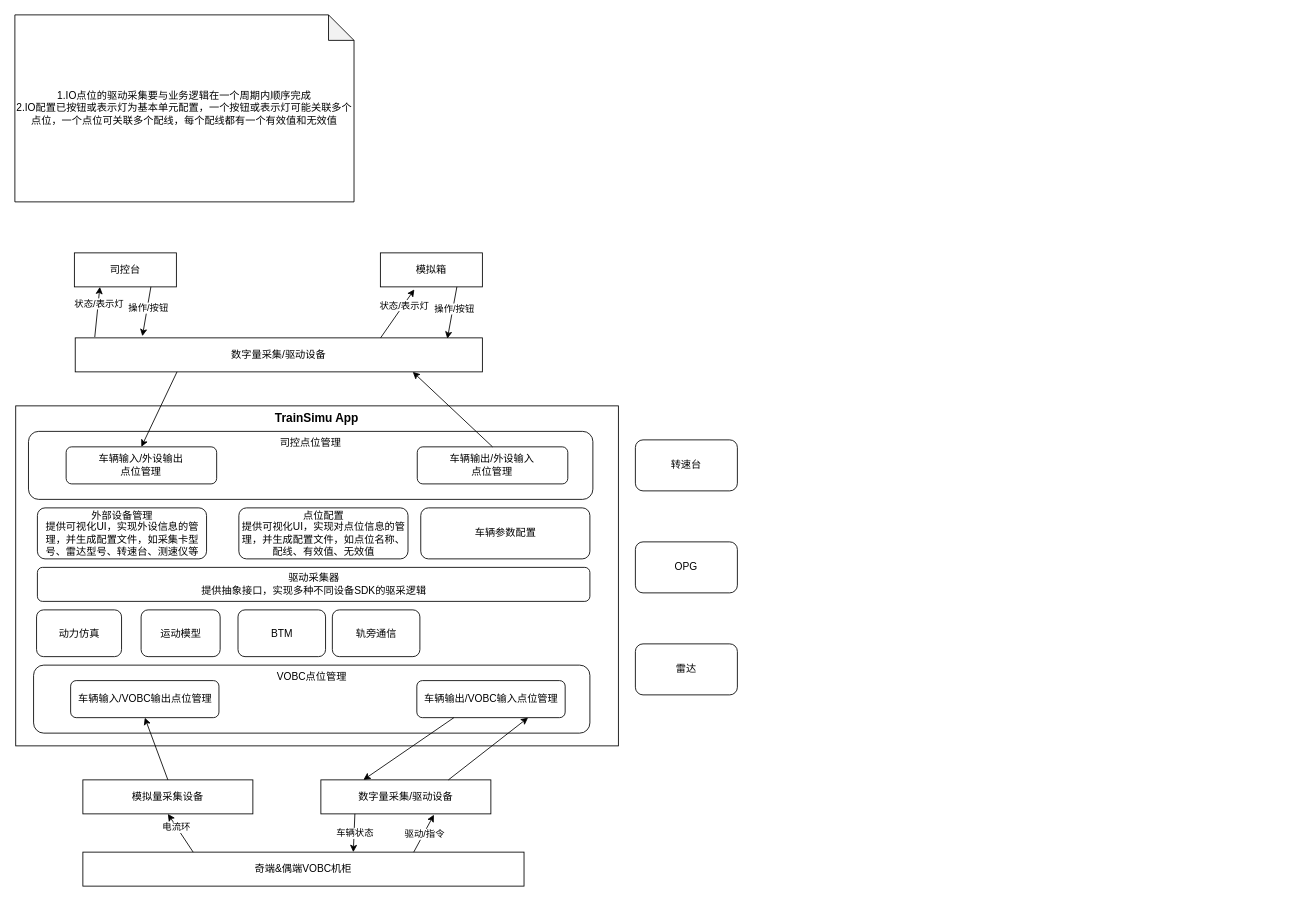
The draw.io diagram Train-Simu-Design.drawio in how-chwong/nug, before the edit. Source tidied: cells renumbered, new cells numbered last; positions are measured from the earlier drawing's top-left corner, leaving out a move shared by most shapes. Both pictures are drawn from the tidied source at 85%, with x=0, y=0 at pixel (14, 14).
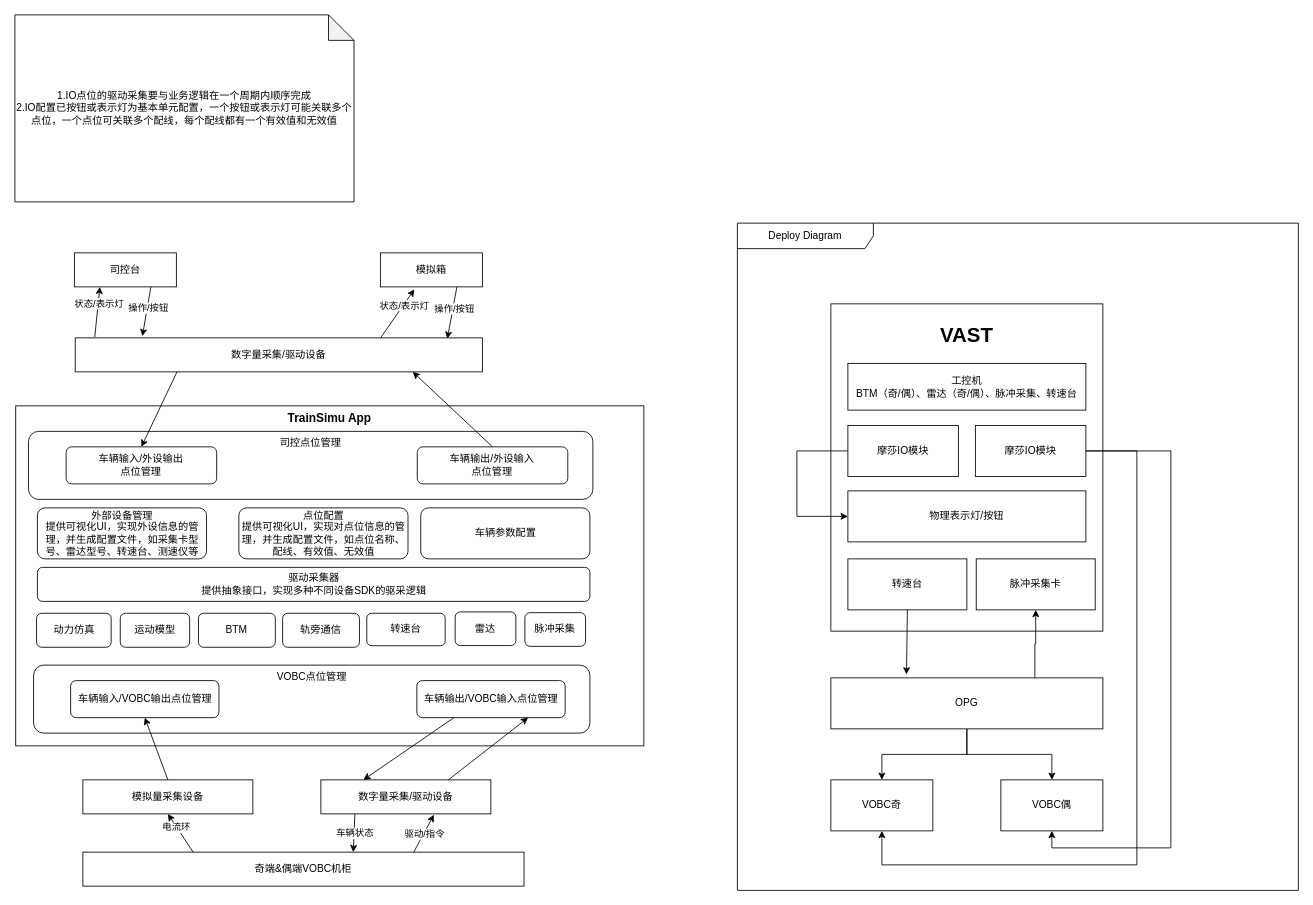
The same page after the edit.

The edit, as a diff of the source:
```diff
@@
     <mxCell id="5" value="TrainSimu App" style="rounded=0;whiteSpace=wrap;html=1;horizontal=1;verticalAlign=top;fontStyle=1;fontSize=14;" parent="1" vertex="1">
-      <mxGeometry x="1" y="460" width="709" height="400" as="geometry" />
+      <mxGeometry x="1" y="460" width="739" height="400" as="geometry" />
     </mxCell>
@@
-    <mxCell id="14" value="转速台" style="rounded=1;whiteSpace=wrap;html=1;" parent="1" vertex="1">
-      <mxGeometry x="730" y="500" width="120" height="60" as="geometry" />
-    </mxCell>
@@
-    <mxCell id="21" value="动力仿真" style="rounded=1;whiteSpace=wrap;html=1;" parent="1" vertex="1">
-      <mxGeometry x="25.5" y="700" width="100" height="55" as="geometry" />
-    </mxCell>
-    <mxCell id="22" value="运动模型" style="rounded=1;whiteSpace=wrap;html=1;" parent="1" vertex="1">
-      <mxGeometry x="148.5" y="700" width="93" height="55" as="geometry" />
-    </mxCell>
-    <mxCell id="23" value="BTM" style="rounded=1;whiteSpace=wrap;html=1;" parent="1" vertex="1">
-      <mxGeometry x="262.5" y="700" width="103" height="55" as="geometry" />
-    </mxCell>
@@
-    <mxCell id="37" value="OPG" style="rounded=1;whiteSpace=wrap;html=1;" parent="1" vertex="1">
-      <mxGeometry x="730" y="620" width="120" height="60" as="geometry" />
-    </mxCell>
-    <mxCell id="38" value="雷达" style="rounded=1;whiteSpace=wrap;html=1;" parent="1" vertex="1">
-      <mxGeometry x="730" y="740" width="120" height="60" as="geometry" />
-    </mxCell>
@@
+    <mxCell id="14" value="转速台" style="rounded=1;whiteSpace=wrap;html=1;" parent="1" vertex="1">
+      <mxGeometry x="414" y="704" width="92.2" height="38.2" as="geometry" />
+    </mxCell>
+    <mxCell id="21" value="动力仿真" style="rounded=1;whiteSpace=wrap;html=1;" parent="1" vertex="1">
+      <mxGeometry x="25.5" y="704" width="87.8" height="40" as="geometry" />
+    </mxCell>
+    <mxCell id="22" value="运动模型" style="rounded=1;whiteSpace=wrap;html=1;" parent="1" vertex="1">
+      <mxGeometry x="124" y="704" width="81.6" height="40" as="geometry" />
+    </mxCell>
+    <mxCell id="23" value="BTM" style="rounded=1;whiteSpace=wrap;html=1;" parent="1" vertex="1">
+      <mxGeometry x="216" y="704" width="90.4" height="40" as="geometry" />
+    </mxCell>
+    <mxCell id="38" value="雷达" style="rounded=1;whiteSpace=wrap;html=1;" parent="1" vertex="1">
+      <mxGeometry x="518" y="702.4" width="71.4" height="39.6" as="geometry" />
+    </mxCell>
     <mxCell id="47" value="轨旁通信" style="rounded=1;whiteSpace=wrap;html=1;" parent="1" vertex="1">
-      <mxGeometry x="373.5" y="700" width="103" height="55" as="geometry" />
+      <mxGeometry x="315" y="704" width="90.4" height="40" as="geometry" />
     </mxCell>
+    <mxCell id="48" value="脉冲采集" style="rounded=1;whiteSpace=wrap;html=1;" parent="1" vertex="1">
+      <mxGeometry x="600" y="703.3" width="71.4" height="39.6" as="geometry" />
+    </mxCell>
+    <mxCell id="49" value="Deploy Diagram" style="shape=umlFrame;whiteSpace=wrap;html=1;width=160;" parent="1" vertex="1">
+      <mxGeometry x="850" y="245" width="660" height="785" as="geometry" />
+    </mxCell>
+    <mxCell id="50" value="&lt;h1&gt;VAST&lt;/h1&gt;" style="rounded=0;whiteSpace=wrap;html=1;align=center;verticalAlign=top;" parent="49" vertex="1">
+      <mxGeometry x="110" y="95" width="320" height="385" as="geometry" />
+    </mxCell>
+    <mxCell id="51" value="工控机&lt;div&gt;BTM（奇/偶）、雷达&lt;span style=&quot;background-color: initial;&quot;&gt;（奇/偶）、脉冲采集、转速台&lt;/span&gt;&lt;/div&gt;" style="rounded=0;whiteSpace=wrap;html=1;" parent="49" vertex="1">
+      <mxGeometry x="130" y="165" width="280" height="55" as="geometry" />
+    </mxCell>
+    <mxCell id="52" style="edgeStyle=orthogonalEdgeStyle;rounded=0;jettySize=auto;html=1;entryX=0;entryY=0.5;entryDx=0;entryDy=0;exitX=0;exitY=0.5;exitDx=0;exitDy=0;" parent="49" edge="1" source="53" target="54">
+      <mxGeometry relative="1" as="geometry">
+        <Array as="points">
+          <mxPoint x="70" y="268" />
+          <mxPoint x="70" y="345" />
+        </Array>
+      </mxGeometry>
+    </mxCell>
+    <mxCell id="53" value="摩莎IO模块" style="rounded=0;whiteSpace=wrap;html=1;" parent="49" vertex="1">
+      <mxGeometry x="130" y="238" width="130" height="60" as="geometry" />
+    </mxCell>
+    <mxCell id="54" value="物理表示灯/按钮" style="rounded=0;whiteSpace=wrap;html=1;" parent="49" vertex="1">
+      <mxGeometry x="130" y="315" width="280" height="60" as="geometry" />
+    </mxCell>
+    <mxCell id="55" value="转速台" style="rounded=0;whiteSpace=wrap;html=1;" parent="49" vertex="1">
+      <mxGeometry x="130" y="395" width="140" height="60" as="geometry" />
+    </mxCell>
+    <mxCell id="56" style="edgeStyle=orthogonalEdgeStyle;rounded=0;jettySize=auto;html=1;entryX=0.5;entryY=1;entryDx=0;entryDy=0;" parent="49" edge="1" source="37" target="61">
+      <mxGeometry relative="1" as="geometry">
+        <Array as="points">
+          <mxPoint x="350" y="495" />
+          <mxPoint x="351" y="495" />
+        </Array>
+      </mxGeometry>
+    </mxCell>
+    <mxCell id="57" style="edgeStyle=orthogonalEdgeStyle;rounded=0;jettySize=auto;html=1;" parent="49" edge="1" source="37" target="59">
+      <mxGeometry relative="1" as="geometry" />
+    </mxCell>
+    <mxCell id="58" style="edgeStyle=orthogonalEdgeStyle;rounded=0;jettySize=auto;html=1;entryX=0.5;entryY=0;entryDx=0;entryDy=0;" parent="49" edge="1" source="37" target="60">
+      <mxGeometry relative="1" as="geometry" />
+    </mxCell>
+    <mxCell id="37" value="OPG" style="rounded=0;whiteSpace=wrap;html=1;" parent="49" vertex="1">
+      <mxGeometry x="110" y="535" width="320" height="60" as="geometry" />
+    </mxCell>
+    <mxCell id="59" value="VOBC奇" style="rounded=0;whiteSpace=wrap;html=1;" parent="49" vertex="1">
+      <mxGeometry x="110" y="655" width="120" height="60" as="geometry" />
+    </mxCell>
+    <mxCell id="60" value="VOBC偶" style="rounded=0;whiteSpace=wrap;html=1;" parent="49" vertex="1">
+      <mxGeometry x="310" y="655" width="120" height="60" as="geometry" />
+    </mxCell>
+    <mxCell id="61" value="脉冲采集卡" style="rounded=0;whiteSpace=wrap;html=1;" parent="49" vertex="1">
+      <mxGeometry x="281" y="395" width="140" height="60" as="geometry" />
+    </mxCell>
+    <mxCell id="62" style="endArrow=classic;html=1;rounded=0;exitX=0.5;exitY=1;exitDx=0;exitDy=0;entryX=0.278;entryY=-0.067;entryDx=0;entryDy=0;entryPerimeter=0;" parent="49" edge="1" source="55" target="37">
+      <mxGeometry relative="1" as="geometry" />
+    </mxCell>
+    <mxCell id="63" style="edgeStyle=orthogonalEdgeStyle;rounded=0;jettySize=auto;html=1;entryX=0.5;entryY=1;entryDx=0;entryDy=0;" parent="49" edge="1" source="65" target="59">
+      <mxGeometry relative="1" as="geometry">
+        <Array as="points">
+          <mxPoint x="470" y="268" />
+          <mxPoint x="470" y="755" />
+          <mxPoint x="170" y="755" />
+        </Array>
+      </mxGeometry>
+    </mxCell>
+    <mxCell id="64" style="edgeStyle=orthogonalEdgeStyle;rounded=0;jettySize=auto;html=1;entryX=0.5;entryY=1;entryDx=0;entryDy=0;" parent="49" edge="1" source="65" target="60">
+      <mxGeometry relative="1" as="geometry">
+        <Array as="points">
+          <mxPoint x="510" y="268" />
+          <mxPoint x="510" y="735" />
+          <mxPoint x="370" y="735" />
+        </Array>
+      </mxGeometry>
+    </mxCell>
+    <mxCell id="65" value="摩莎IO模块" style="rounded=0;whiteSpace=wrap;html=1;" parent="49" vertex="1">
+      <mxGeometry x="280" y="238" width="130" height="60" as="geometry" />
+    </mxCell>
```
